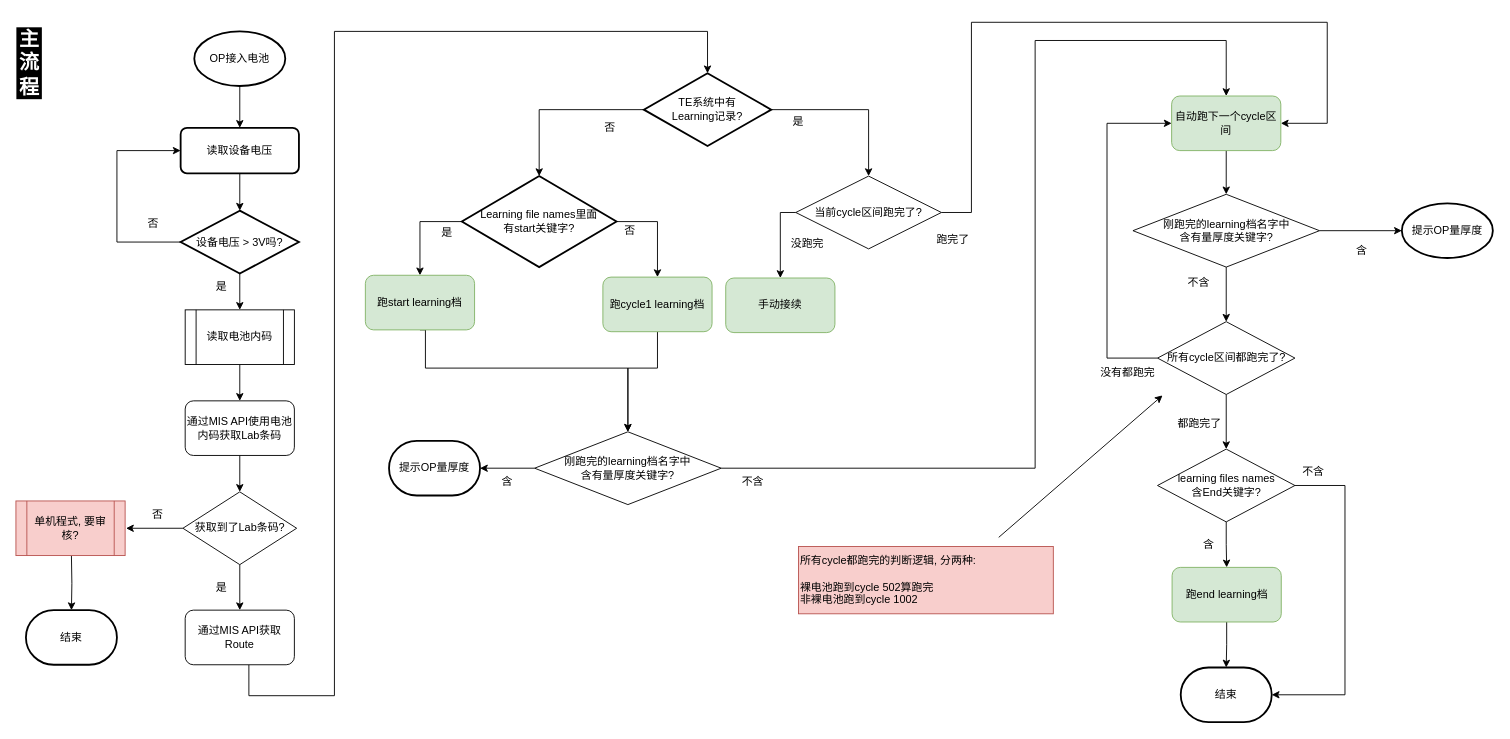
The draw.io diagram page "主流程" (1 of 4) of 无界面Learning.drawio in JackGeminiKu/Diagrams, before the edit. Source tidied: cells renumbered, new cells numbered last; positions are measured from the earlier drawing's top-left corner, leaving out a move shared by most shapes. Both pictures are drawn from the tidied source at 91%, with x=0, y=0 at pixel (15, 22).
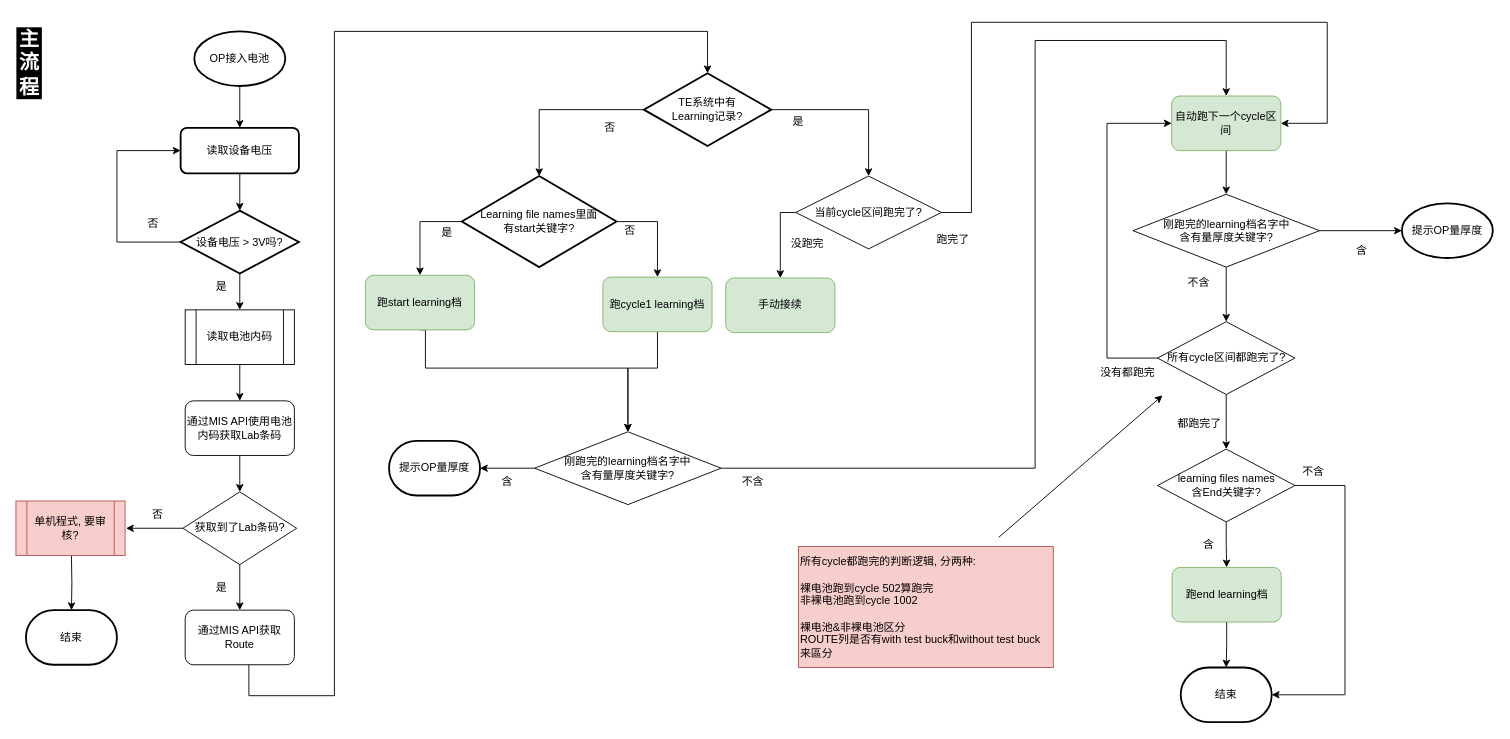
The same page after the edit.

Commit message:
更新无界面Learning.drawio

Change to the diagram source:
```diff
@@
-    <mxCell id="73" value="&lt;div&gt;所有cycle都跑完的判断逻辑, 分两种:&lt;/div&gt;&lt;div&gt;&lt;br&gt;&lt;/div&gt;&lt;div&gt;裸电池跑到cycle 502算跑完&lt;/div&gt;&lt;div&gt;非裸电池跑到cycle 1002&lt;/div&gt;" style="text;html=1;whiteSpace=wrap;strokeColor=#b85450;fillColor=#f8cecc;align=left;verticalAlign=middle;rounded=0;" parent="1" vertex="1">
-      <mxGeometry x="860" y="576" width="280" height="74" as="geometry" />
+    <mxCell id="73" value="&lt;div&gt;所有cycle都跑完的判断逻辑, 分两种:&lt;/div&gt;&lt;div&gt;&lt;br&gt;&lt;/div&gt;&lt;div&gt;裸电池跑到cycle 502算跑完&lt;/div&gt;&lt;div&gt;非裸电池跑到cycle 1002&lt;/div&gt;&lt;div&gt;&lt;br&gt;&lt;/div&gt;&lt;div&gt;裸电池&amp;amp;非裸电池区分&lt;/div&gt;&lt;div&gt;ROUTE列是否有with test buck和without test buck 来區分&lt;/div&gt;" style="text;html=1;whiteSpace=wrap;strokeColor=#b85450;fillColor=#f8cecc;align=left;verticalAlign=middle;rounded=0;" parent="1" vertex="1">
+      <mxGeometry x="860" y="576" width="280" height="133" as="geometry" />
     </mxCell>
```
